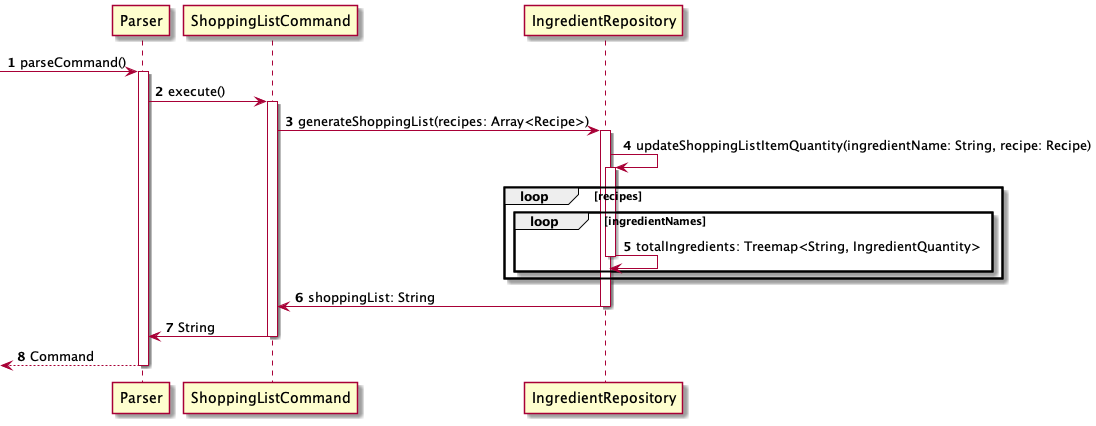
nus-cs2113-AY2122S1/tp keeps this PlantUML diagram as docs/diagrams/ShoppingList.png. Above is the earlier version.
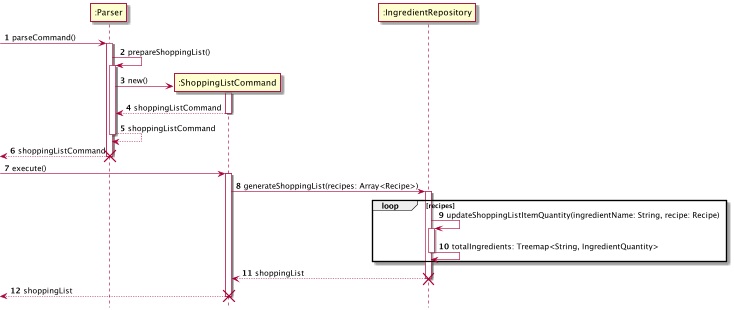
Above is the later version.

Diff of the diagram source:
```diff
@@ -1,37 +1,49 @@
 @startuml
+!include style.puml
+
+participant ":Parser" as Parser
+participant ":ShoppingListCommand" as ShoppingListCommand
+participant ":IngredientRepository" as IngredientRepository
 
 autonumber
 
 -> Parser: parseCommand()
 activate Parser
 
-Parser -> ShoppingListCommand: execute()
+Parser -> Parser: prepareShoppingList()
+activate Parser
+
+create ShoppingListCommand
+Parser -> ShoppingListCommand: new()
+activate ShoppingListCommand
+
+return shoppingListCommand
+return shoppingListCommand
+return shoppingListCommand
+destroy Parser
+
+
+-> ShoppingListCommand: execute()
 activate ShoppingListCommand
 
 ShoppingListCommand -> IngredientRepository: generateShoppingList(recipes: Array<Recipe>)
 activate IngredientRepository
 
-IngredientRepository -> IngredientRepository: updateShoppingListItemQuantity(ingredientName: String, recipe: Recipe)
-activate IngredientRepository
-
 loop recipes
 
-    loop ingredientNames
+    IngredientRepository -> IngredientRepository: updateShoppingListItemQuantity(ingredientName: String, recipe: Recipe)
+    activate IngredientRepository
 
-        IngredientRepository -> IngredientRepository: totalIngredients: Treemap<String, IngredientQuantity>
-        deactivate IngredientRepository
+    IngredientRepository -> IngredientRepository: totalIngredients: Treemap<String, IngredientQuantity>
+    deactivate IngredientRepository
 
-    end
 
 end
 
-IngredientRepository -> ShoppingListCommand: shoppingList: String
-deactivate IngredientRepository
+return shoppingList
+destroy IngredientRepository
 
-ShoppingListCommand -> Parser: String
-deactivate ShoppingListCommand
-
- <-- Parser: Command
-deactivate Parser
+return shoppingList
+destroy ShoppingListCommand
 
 @enduml
```
